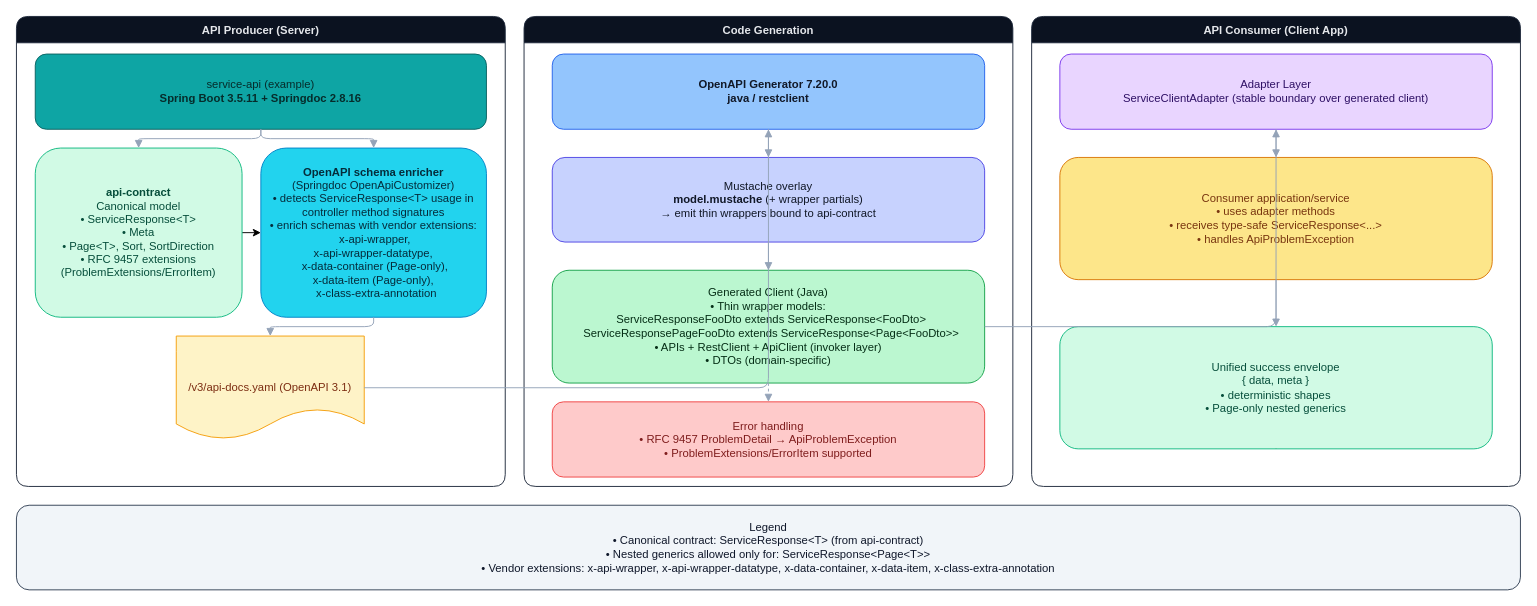
Before: docs/images/architecture/architectural-diagram.drawio in bsayli/spring-boot-openapi-generics-clients, a draw.io diagram. Source tidied: cells renumbered, new cells numbered last; positions are measured from the earlier drawing's top-left corner, leaving out a move shared by most shapes. Both pictures are drawn from the tidied source at 94%, with x=0, y=0 at pixel (16, 16).
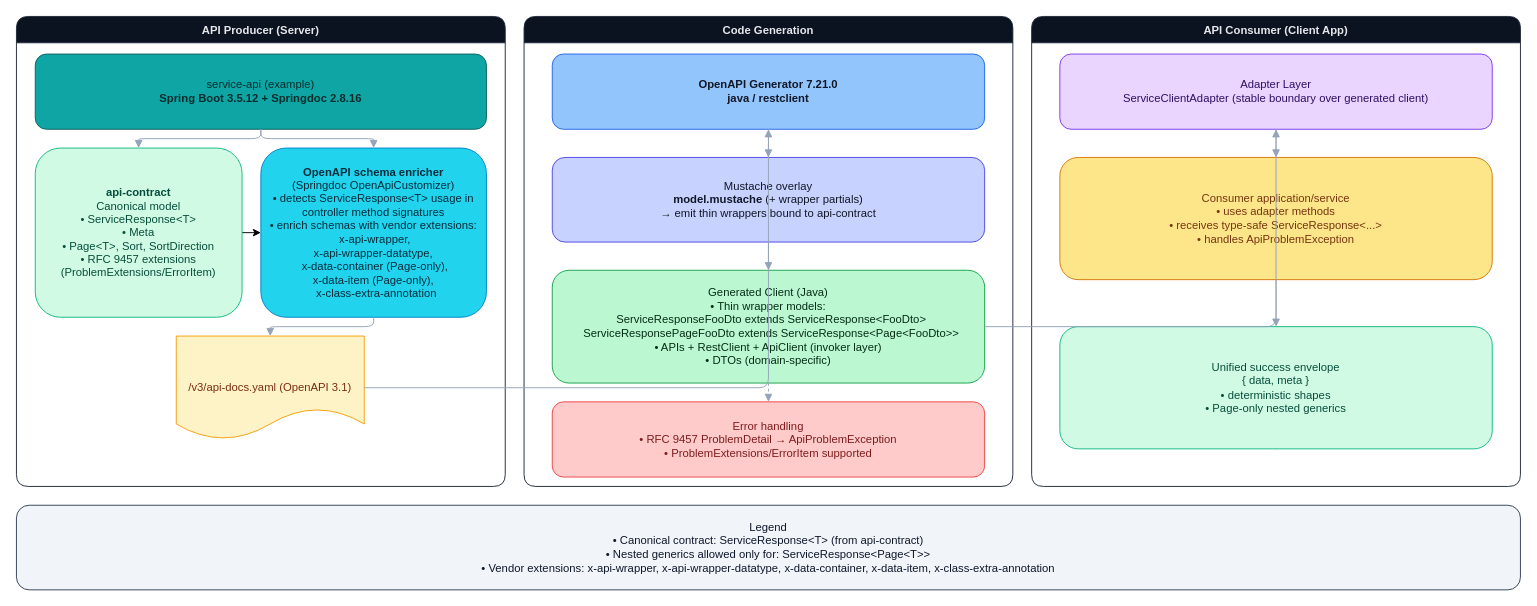
Above is the later version.

The change refers to these unchanged cells:
```xml
<mxCell id="2" value="API Producer (Server)" style="swimlane;rounded=1;strokeColor=#1e293b;fillColor=#0b1220;fontColor=#e5e7eb;horizontal=1;startSize=28;" parent="1" vertex="1">
  <mxGeometry width="520" height="500" as="geometry" />
</mxCell>
<mxCell id="11" value="Code Generation" style="swimlane;rounded=1;strokeColor=#1e293b;fillColor=#0b1220;fontColor=#e5e7eb;horizontal=1;startSize=28;" parent="1" vertex="1">
  <mxGeometry x="540" width="520" height="500" as="geometry" />
</mxCell>
```

The edit, as a diff of the source:
```diff
@@
-    <mxCell id="3" value="service-api (example)&lt;br&gt;&lt;b&gt;Spring Boot 3.5.11 + Springdoc 2.8.16&lt;/b&gt;" style="rounded=1;whiteSpace=wrap;html=1;fillColor=#0ea5a4;strokeColor=#0b6261;fontColor=#062c2b;" parent="2" vertex="1">
+    <mxCell id="3" value="service-api (example)&lt;br&gt;&lt;b&gt;Spring Boot 3.5.12 + Springdoc 2.8.16&lt;/b&gt;" style="rounded=1;whiteSpace=wrap;html=1;fillColor=#0ea5a4;strokeColor=#0b6261;fontColor=#062c2b;" parent="2" vertex="1">
       <mxGeometry x="20" y="40" width="480" height="80" as="geometry" />
     </mxCell>
@@
-    <mxCell id="12" value="&lt;b&gt;OpenAPI Generator 7.20.0&lt;/b&gt;&lt;br&gt;&lt;b&gt;java / restclient&lt;/b&gt;" style="rounded=1;whiteSpace=wrap;html=1;fillColor=#93c5fd;strokeColor=#2563eb;fontColor=#111827;" parent="11" vertex="1">
+    <mxCell id="12" value="&lt;b&gt;OpenAPI Generator 7.21.0&lt;/b&gt;&lt;br&gt;&lt;b&gt;java / restclient&lt;/b&gt;" style="rounded=1;whiteSpace=wrap;html=1;fillColor=#93c5fd;strokeColor=#2563eb;fontColor=#111827;" parent="11" vertex="1">
       <mxGeometry x="30" y="40" width="460" height="80" as="geometry" />
     </mxCell>
```
